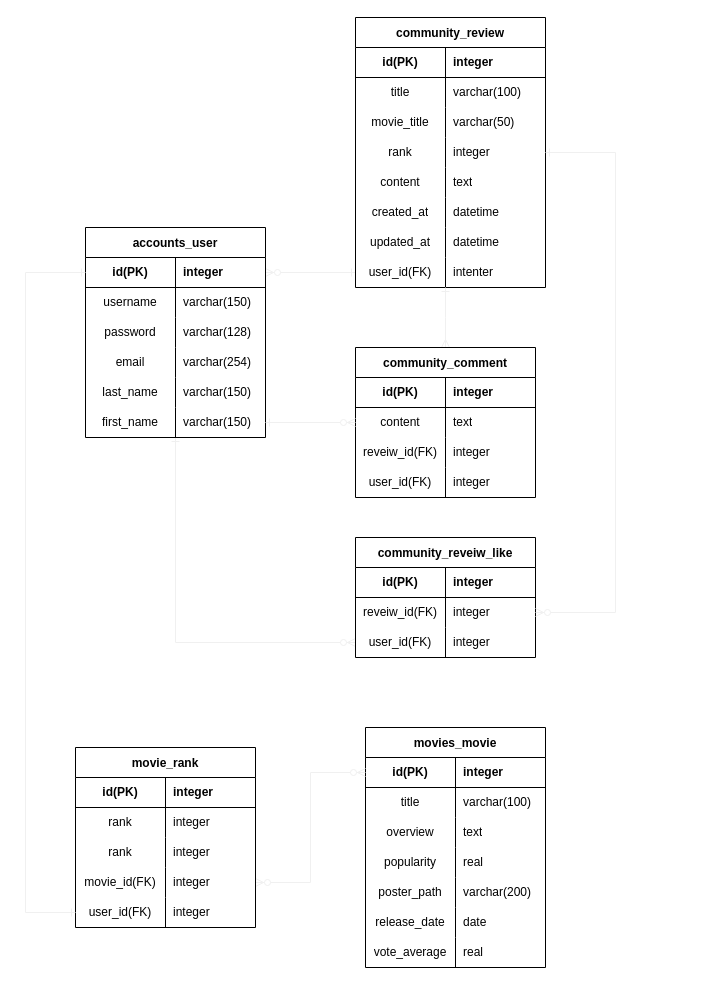
The draw.io diagram movie.dio in dannyp0930/ssaflix, before the edit. Source tidied: cells renumbered, new cells numbered last; positions are measured from the earlier drawing's top-left corner, leaving out a move shared by most shapes. Both pictures are drawn from the tidied source at 100%, with x=0, y=0 at pixel (25, 17).
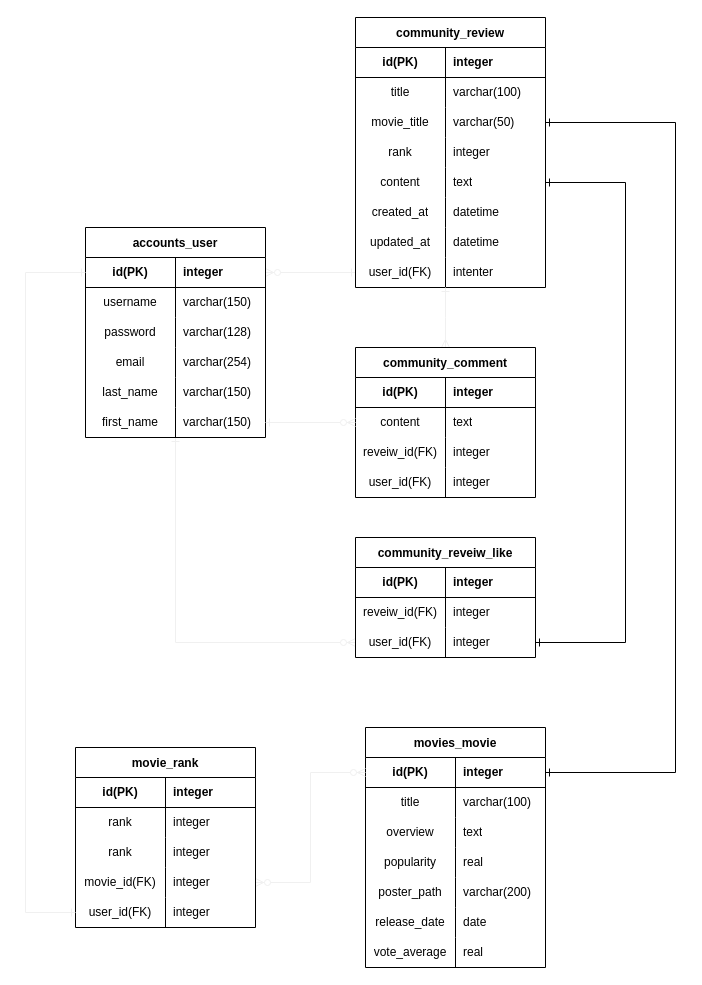
The same diagram, later.

The change refers to these unchanged cells:
```xml
<mxCell id="24" style="shape=partialRectangle;html=1;whiteSpace=wrap;fillColor=none;top=0;left=0;bottom=1;right=0;points=[[0,0.5],[1,0.5]];portConstraint=eastwest;" parent="23" vertex="1">
  <mxGeometry y="30" width="180" height="30" as="geometry" />
</mxCell>
<mxCell id="52" style="shape=partialRectangle;html=1;whiteSpace=wrap;fillColor=none;top=0;left=0;bottom=0;right=0;points=[[0,0.5],[1,0.5]];portConstraint=eastwest;" parent="45" vertex="1">
  <mxGeometry y="90" width="190" height="30" as="geometry" />
</mxCell>
<mxCell id="55" style="shape=partialRectangle;html=1;whiteSpace=wrap;fillColor=none;top=0;left=0;bottom=0;right=0;points=[[0,0.5],[1,0.5]];portConstraint=eastwest;" parent="45" vertex="1">
  <mxGeometry y="120" width="190" height="30" as="geometry" />
</mxCell>
<mxCell id="58" style="shape=partialRectangle;html=1;whiteSpace=wrap;fillColor=none;top=0;left=0;bottom=0;right=0;points=[[0,0.5],[1,0.5]];portConstraint=eastwest;" parent="45" vertex="1">
  <mxGeometry y="150" width="190" height="30" as="geometry" />
</mxCell>
<mxCell id="92" style="shape=partialRectangle;html=1;whiteSpace=wrap;fillColor=none;top=0;left=0;bottom=0;right=0;points=[[0,0.5],[1,0.5]];portConstraint=eastwest;" parent="85" vertex="1">
  <mxGeometry y="90" width="180" height="30" as="geometry" />
</mxCell>
```

What changed in the source:
```diff
@@
-    <mxCell id="95" style="edgeStyle=orthogonalEdgeStyle;rounded=0;jettySize=auto;html=1;startArrow=ERone;startFill=0;endArrow=ERzeroToMany;endFill=1;strokeColor=#F0F0F0;" parent="1" edge="1" source="55">
-      <mxGeometry relative="1" as="geometry">
-        <mxPoint x="510" y="595" as="targetPoint" />
-        <Array as="points">
-          <mxPoint x="590" y="135" />
-          <mxPoint x="590" y="595" />
-        </Array>
-      </mxGeometry>
-    </mxCell>
@@
+    <mxCell id="114" style="edgeStyle=orthogonalEdgeStyle;rounded=0;jettySize=auto;html=1;entryX=1;entryY=0.5;entryDx=0;entryDy=0;startArrow=ERone;startFill=0;endArrow=ERone;endFill=0;" parent="1" edge="1" source="52" target="24">
+      <mxGeometry relative="1" as="geometry">
+        <Array as="points">
+          <mxPoint x="650" y="105" />
+          <mxPoint x="650" y="755" />
+        </Array>
+      </mxGeometry>
+    </mxCell>
+    <mxCell id="115" style="edgeStyle=orthogonalEdgeStyle;rounded=0;jettySize=auto;html=1;entryX=1;entryY=0.5;entryDx=0;entryDy=0;startArrow=ERone;startFill=0;endArrow=ERone;endFill=0;" parent="1" edge="1" source="92" target="58">
+      <mxGeometry relative="1" as="geometry">
+        <Array as="points">
+          <mxPoint x="600" y="625" />
+          <mxPoint x="600" y="165" />
+        </Array>
+      </mxGeometry>
+    </mxCell>
```
